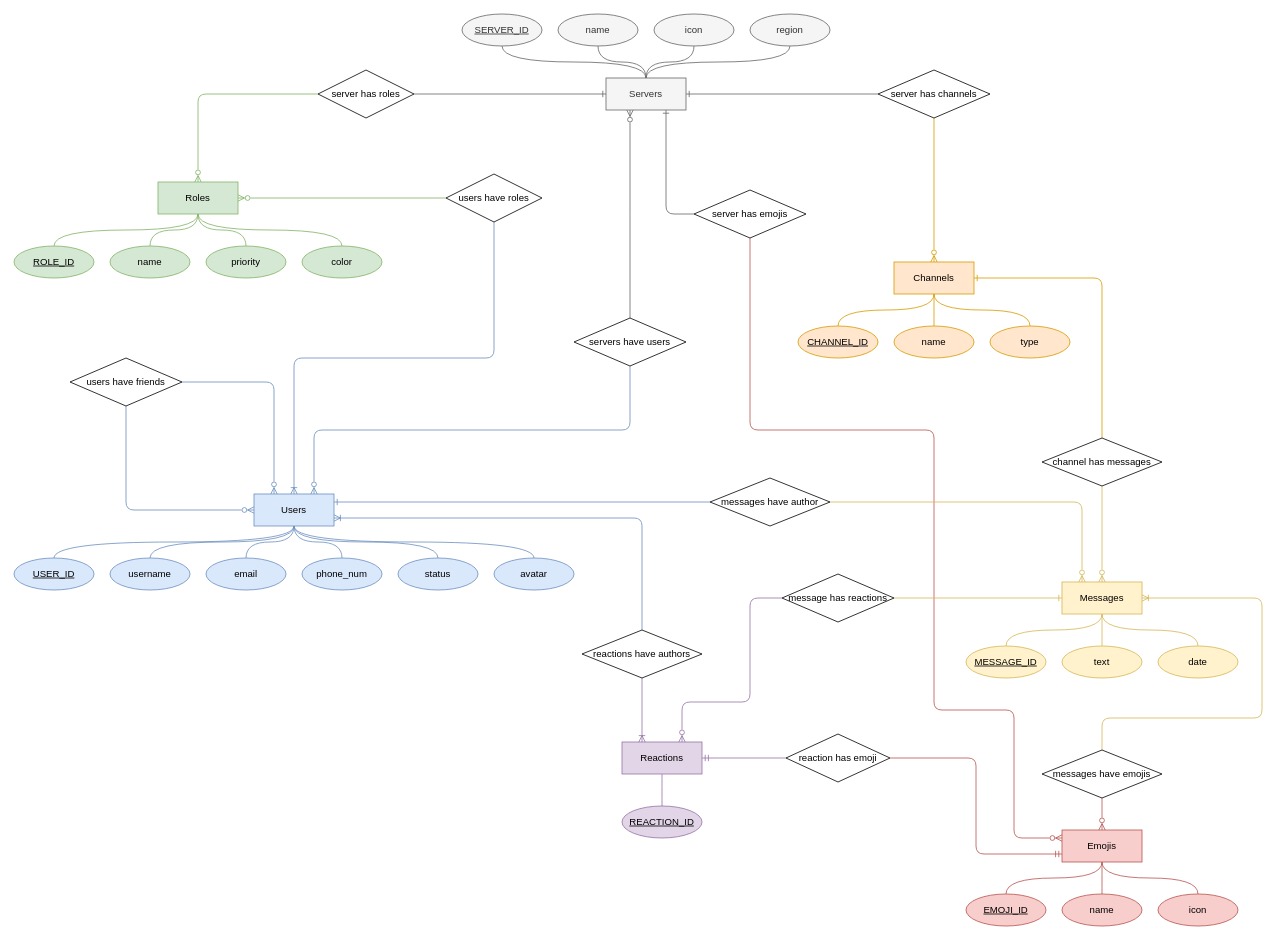
Before: diagrams/Discord_ER.drawio in Mruzik1/Database-Application, a draw.io diagram. Source tidied: cells renumbered, new cells numbered last; positions are measured from the earlier drawing's top-left corner, leaving out a move shared by most shapes. Both pictures are drawn from the tidied source at 80%, with x=0, y=0 at pixel (14, 14).
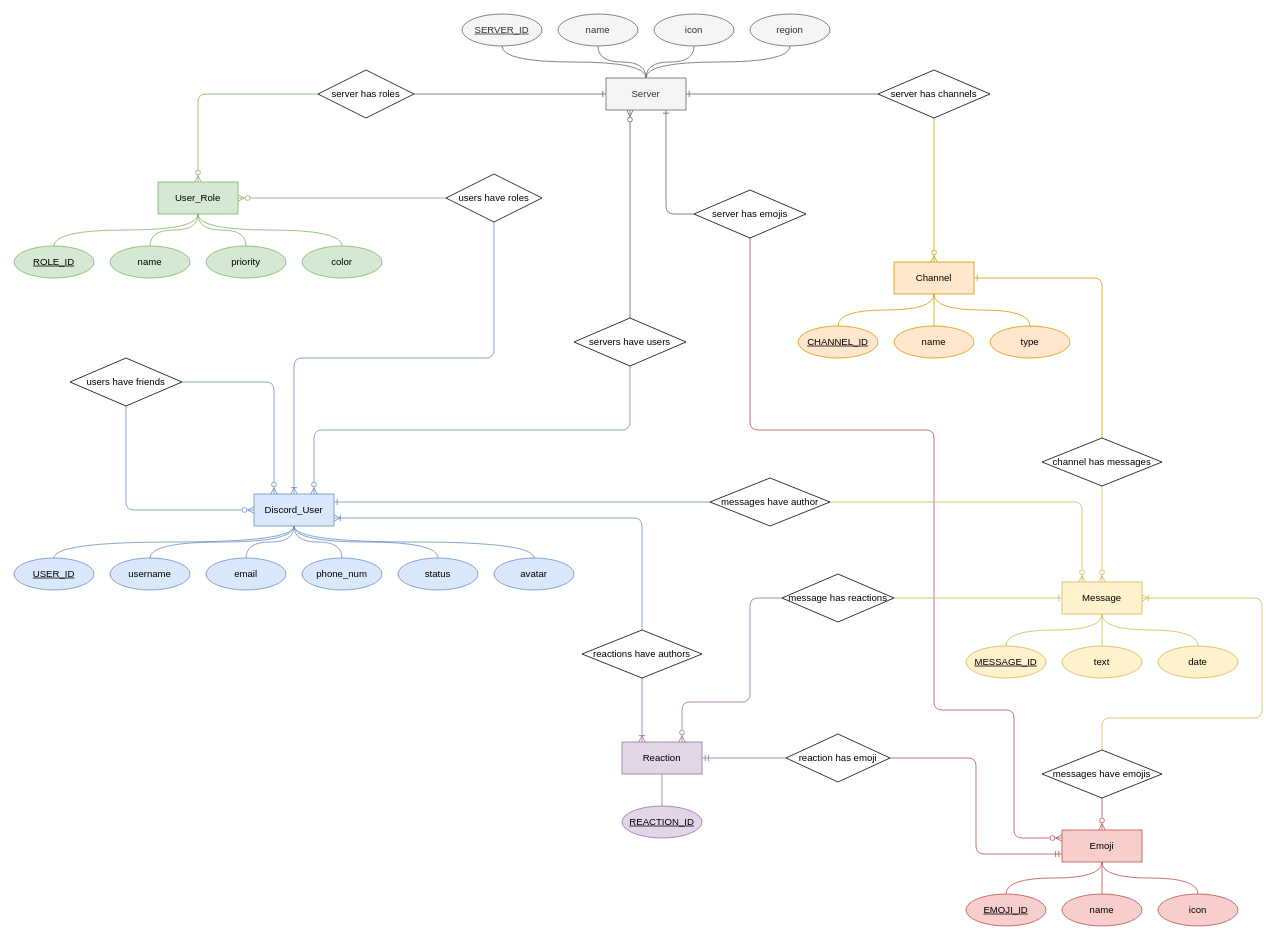
The same page after the edit.

Diff of the diagram source:
```diff
@@
-    <mxCell id="6" value="Emojis" style="whiteSpace=wrap;html=1;align=center;fillColor=#f8cecc;strokeColor=#b85450;" parent="1" vertex="1">
+    <mxCell id="6" value="Emoji" style="whiteSpace=wrap;html=1;align=center;fillColor=#f8cecc;strokeColor=#b85450;" parent="1" vertex="1">
       <mxGeometry x="1310" y="1020" width="100" height="40" as="geometry" />
     </mxCell>
@@
-    <mxCell id="10" value="Channels" style="whiteSpace=wrap;html=1;align=center;fillColor=#ffe6cc;strokeColor=#d79b00;" parent="1" vertex="1">
+    <mxCell id="10" value="Channel" style="whiteSpace=wrap;html=1;align=center;fillColor=#ffe6cc;strokeColor=#d79b00;" parent="1" vertex="1">
       <mxGeometry x="1100" y="310" width="100" height="40" as="geometry" />
     </mxCell>
@@
-    <mxCell id="17" value="Servers" style="whiteSpace=wrap;html=1;align=center;fillColor=#f5f5f5;fontColor=#333333;strokeColor=#666666;" parent="1" vertex="1">
+    <mxCell id="17" value="Server" style="whiteSpace=wrap;html=1;align=center;fillColor=#f5f5f5;fontColor=#333333;strokeColor=#666666;" parent="1" vertex="1">
       <mxGeometry x="740" y="80" width="100" height="40" as="geometry" />
     </mxCell>
@@
-    <mxCell id="21" value="Messages" style="whiteSpace=wrap;html=1;align=center;fillColor=#fff2cc;strokeColor=#d6b656;" parent="1" vertex="1">
+    <mxCell id="21" value="Message" style="whiteSpace=wrap;html=1;align=center;fillColor=#fff2cc;strokeColor=#d6b656;" parent="1" vertex="1">
       <mxGeometry x="1310" y="710" width="100" height="40" as="geometry" />
     </mxCell>
@@
-    <mxCell id="32" value="Users" style="whiteSpace=wrap;html=1;align=center;fillColor=#dae8fc;strokeColor=#6c8ebf;" parent="1" vertex="1">
+    <mxCell id="32" value="Discord_User" style="whiteSpace=wrap;html=1;align=center;fillColor=#dae8fc;strokeColor=#6c8ebf;" parent="1" vertex="1">
       <mxGeometry x="300" y="600" width="100" height="40" as="geometry" />
     </mxCell>
@@
-    <mxCell id="38" value="Roles" style="whiteSpace=wrap;html=1;align=center;fillColor=#d5e8d4;strokeColor=#82b366;" parent="1" vertex="1">
+    <mxCell id="38" value="User_Role" style="whiteSpace=wrap;html=1;align=center;fillColor=#d5e8d4;strokeColor=#82b366;" parent="1" vertex="1">
       <mxGeometry x="180" y="210" width="100" height="40" as="geometry" />
     </mxCell>
@@
-    <mxCell id="63" value="Reactions" style="whiteSpace=wrap;html=1;align=center;fillColor=#e1d5e7;strokeColor=#9673a6;" parent="1" vertex="1">
+    <mxCell id="63" value="Reaction" style="whiteSpace=wrap;html=1;align=center;fillColor=#e1d5e7;strokeColor=#9673a6;" parent="1" vertex="1">
       <mxGeometry x="760" y="910" width="100" height="40" as="geometry" />
     </mxCell>
```
